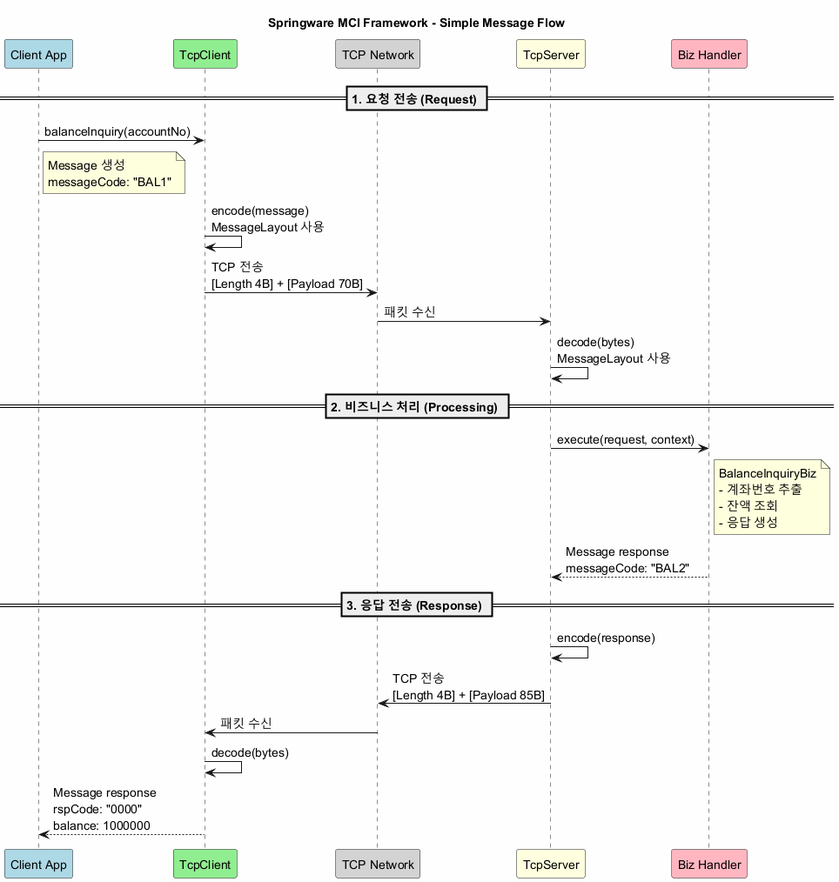
The PlantUML diagram docs/MCI Framework Simple Overview.png in neobnsrnd-team/integration, before a commit. The source it was exported from:
```plantuml
@startuml MCI Framework Simple Overview

title Springware MCI Framework - Simple Message Flow

skinparam backgroundColor #FEFEFE
skinparam handwritten false
skinparam defaultFontSize 14

participant "Client App" as App #LightBlue
participant "TcpClient" as Client #LightGreen
participant "TCP Network" as Net #LightGray
participant "TcpServer" as Server #LightYellow
participant "Biz Handler" as Biz #LightPink

== 1. 요청 전송 (Request) ==

App -> Client : balanceInquiry(accountNo)
note right of App
  Message 생성
  messageCode: "BAL1"
end note

Client -> Client : encode(message)\nMessageLayout 사용

Client -> Net : TCP 전송\n[Length 4B] + [Payload 70B]

Net -> Server : 패킷 수신

Server -> Server : decode(bytes)\nMessageLayout 사용

== 2. 비즈니스 처리 (Processing) ==

Server -> Biz : execute(request, context)
note right of Biz
  BalanceInquiryBiz
  - 계좌번호 추출
  - 잔액 조회
  - 응답 생성
end note

Biz --> Server : Message response\nmessageCode: "BAL2"

== 3. 응답 전송 (Response) ==

Server -> Server : encode(response)

Server -> Net : TCP 전송\n[Length 4B] + [Payload 85B]

Net -> Client : 패킷 수신

Client -> Client : decode(bytes)

Client --> App : Message response\nrspCode: "0000"\nbalance: 1000000

@enduml
```
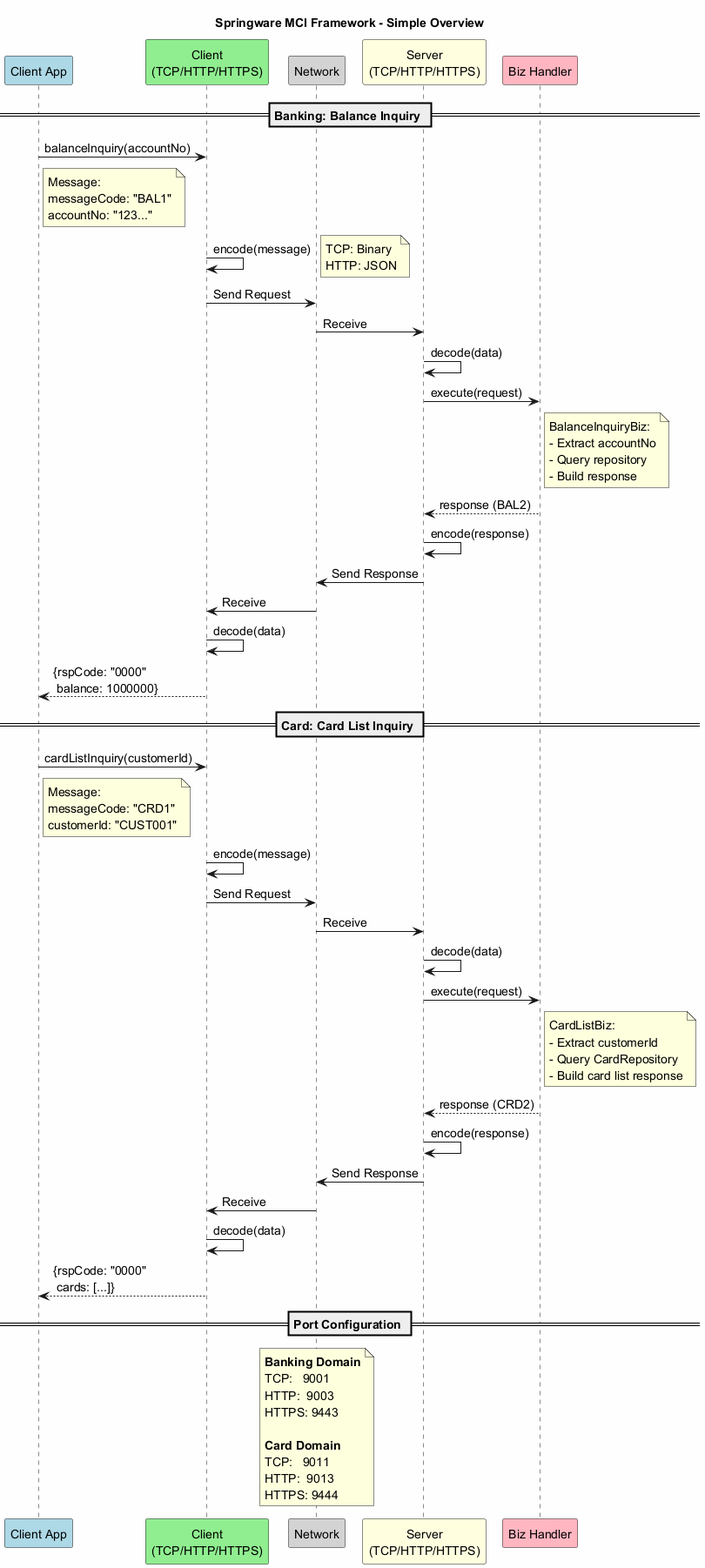
Above is the later version.

Commit message:
Docs: Update PlantUML diagrams with Banking and Card domains

What changed in the source:
```diff
@@ -1,55 +1,96 @@
 @startuml MCI Framework Simple Overview
 
-title Springware MCI Framework - Simple Message Flow
+title Springware MCI Framework - Simple Overview
 
 skinparam backgroundColor #FEFEFE
 skinparam handwritten false
 skinparam defaultFontSize 14
 
 participant "Client App" as App #LightBlue
-participant "TcpClient" as Client #LightGreen
-participant "TCP Network" as Net #LightGray
-participant "TcpServer" as Server #LightYellow
+participant "Client\n(TCP/HTTP/HTTPS)" as Client #LightGreen
+participant "Network" as Net #LightGray
+participant "Server\n(TCP/HTTP/HTTPS)" as Server #LightYellow
 participant "Biz Handler" as Biz #LightPink
 
-== 1. 요청 전송 (Request) ==
+== Banking: Balance Inquiry ==
 
 App -> Client : balanceInquiry(accountNo)
 note right of App
-  Message 생성
+  Message:
   messageCode: "BAL1"
+  accountNo: "123..."
 end note
 
-Client -> Client : encode(message)\nMessageLayout 사용
+Client -> Client : encode(message)
+note right: TCP: Binary\nHTTP: JSON
 
-Client -> Net : TCP 전송\n[Length 4B] + [Payload 70B]
+Client -> Net : Send Request
+Net -> Server : Receive
 
-Net -> Server : 패킷 수신
+Server -> Server : decode(data)
+Server -> Biz : execute(request)
 
-Server -> Server : decode(bytes)\nMessageLayout 사용
-
-== 2. 비즈니스 처리 (Processing) ==
-
-Server -> Biz : execute(request, context)
 note right of Biz
-  BalanceInquiryBiz
-  - 계좌번호 추출
-  - 잔액 조회
-  - 응답 생성
+  BalanceInquiryBiz:
+  - Extract accountNo
+  - Query repository
+  - Build response
 end note
 
-Biz --> Server : Message response\nmessageCode: "BAL2"
-
-== 3. 응답 전송 (Response) ==
-
+Biz --> Server : response (BAL2)
 Server -> Server : encode(response)
 
-Server -> Net : TCP 전송\n[Length 4B] + [Payload 85B]
+Server -> Net : Send Response
+Net -> Client : Receive
 
-Net -> Client : 패킷 수신
+Client -> Client : decode(data)
+Client --> App : {rspCode: "0000"\n balance: 1000000}
 
-Client -> Client : decode(bytes)
+== Card: Card List Inquiry ==
 
-Client --> App : Message response\nrspCode: "0000"\nbalance: 1000000
+App -> Client : cardListInquiry(customerId)
+note right of App
+  Message:
+  messageCode: "CRD1"
+  customerId: "CUST001"
+end note
+
+Client -> Client : encode(message)
+
+Client -> Net : Send Request
+Net -> Server : Receive
+
+Server -> Server : decode(data)
+Server -> Biz : execute(request)
+
+note right of Biz
+  CardListBiz:
+  - Extract customerId
+  - Query CardRepository
+  - Build card list response
+end note
+
+Biz --> Server : response (CRD2)
+Server -> Server : encode(response)
+
+Server -> Net : Send Response
+Net -> Client : Receive
+
+Client -> Client : decode(data)
+Client --> App : {rspCode: "0000"\n cards: [...]}
+
+== Port Configuration ==
+
+note over Net
+  **Banking Domain**
+  TCP:   9001
+  HTTP:  9003
+  HTTPS: 9443
+
+  **Card Domain**
+  TCP:   9011
+  HTTP:  9013
+  HTTPS: 9444
+end note
 
 @enduml
```
